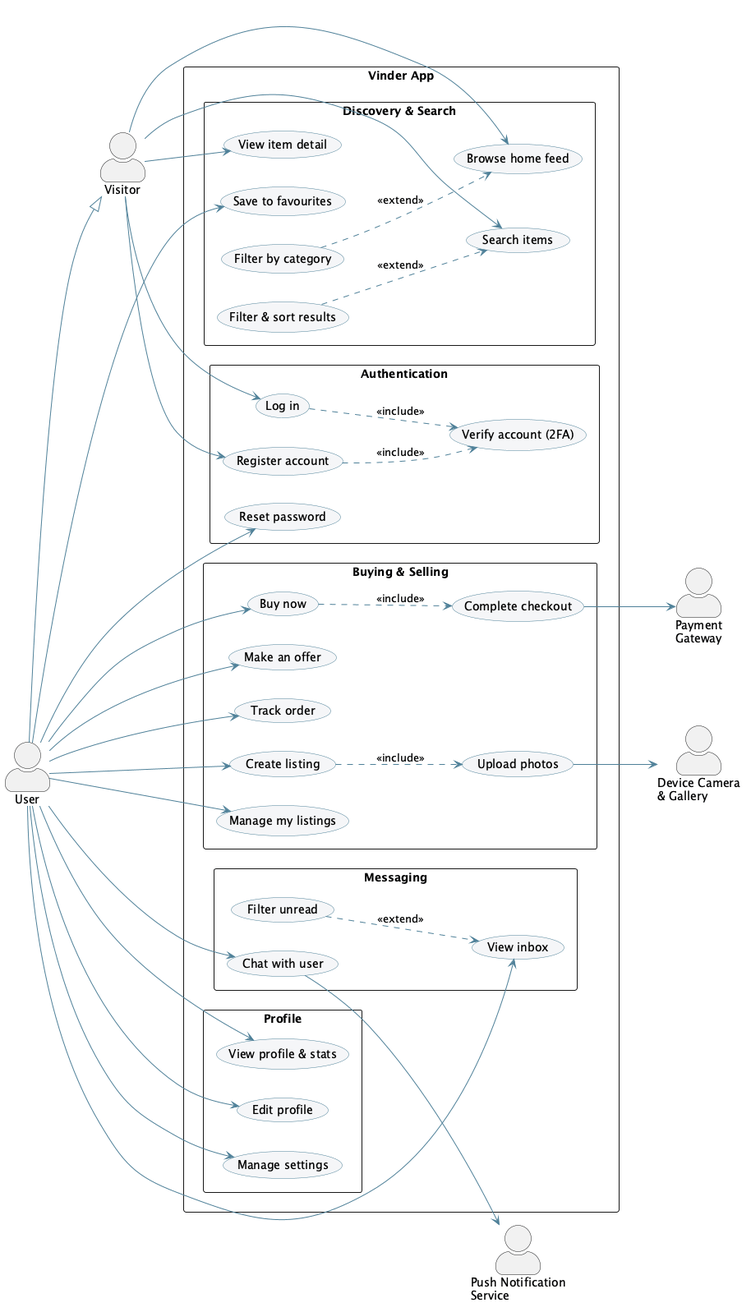
Pharrellstu/Vinder keeps this PlantUML diagram as docs/diagrams/Vinder-UseCase.png. Above is the earlier version. The source it was exported from:
```plantuml
@startuml Vinder-UseCase

left to right direction
skinparam shadowing false
skinparam packageStyle rectangle
skinparam actorStyle awesome
skinparam usecase {
  BackgroundColor #F5F6F8
  BorderColor #4E8098
  ArrowColor #4E8098
}

actor "Visitor" as Visitor
actor "User"    as User
User --|> Visitor

actor "Payment\nGateway"            as Pay
actor "Push Notification\nService"  as Push
actor "Device Camera\n& Gallery"    as Cam

rectangle "Vinder App" {

  package "Authentication" {
    usecase "Register account"      as UC_Reg
    usecase "Log in"                as UC_Login
    usecase "Verify account (2FA)"  as UC_2FA
    usecase "Reset password"        as UC_Reset
  }

  package "Discovery & Search" {
    usecase "Browse home feed"      as UC_Feed
    usecase "Filter by category"    as UC_Cat
    usecase "Search items"          as UC_Search
    usecase "Filter & sort results" as UC_Filter
    usecase "View item detail"      as UC_Item
    usecase "Save to favourites"    as UC_Fav
  }

  package "Buying & Selling" {
    usecase "Buy now"            as UC_Buy
    usecase "Make an offer"      as UC_Offer
    usecase "Complete checkout"  as UC_Checkout
    usecase "Track order"        as UC_Order
    usecase "Create listing"     as UC_Create
    usecase "Upload photos"      as UC_Photo
    usecase "Manage my listings" as UC_Manage
  }

  package "Messaging" {
    usecase "View inbox"     as UC_Inbox
    usecase "Filter unread"  as UC_Unread
    usecase "Chat with user" as UC_Chat
  }

  package "Profile" {
    usecase "View profile & stats" as UC_Profile
    usecase "Edit profile"         as UC_Edit
    usecase "Manage settings"      as UC_Settings
  }
}

Visitor --> UC_Reg
Visitor --> UC_Login
Visitor --> UC_Feed
Visitor --> UC_Search
Visitor --> UC_Item

User --> UC_Reset
User --> UC_Fav
User --> UC_Buy
User --> UC_Offer
User --> UC_Order
User --> UC_Create
User --> UC_Manage
User --> UC_Inbox
User --> UC_Chat
User --> UC_Profile
User --> UC_Edit
User --> UC_Settings

UC_Login  ..> UC_2FA      : <<include>>
UC_Reg    ..> UC_2FA      : <<include>>
UC_Buy    ..> UC_Checkout : <<include>>
UC_Create ..> UC_Photo    : <<include>>
UC_Cat    ..> UC_Feed     : <<extend>>
UC_Filter ..> UC_Search   : <<extend>>
UC_Unread ..> UC_Inbox    : <<extend>>

UC_Checkout --> Pay
UC_Photo    --> Cam
UC_Chat     --> Push

@enduml
```
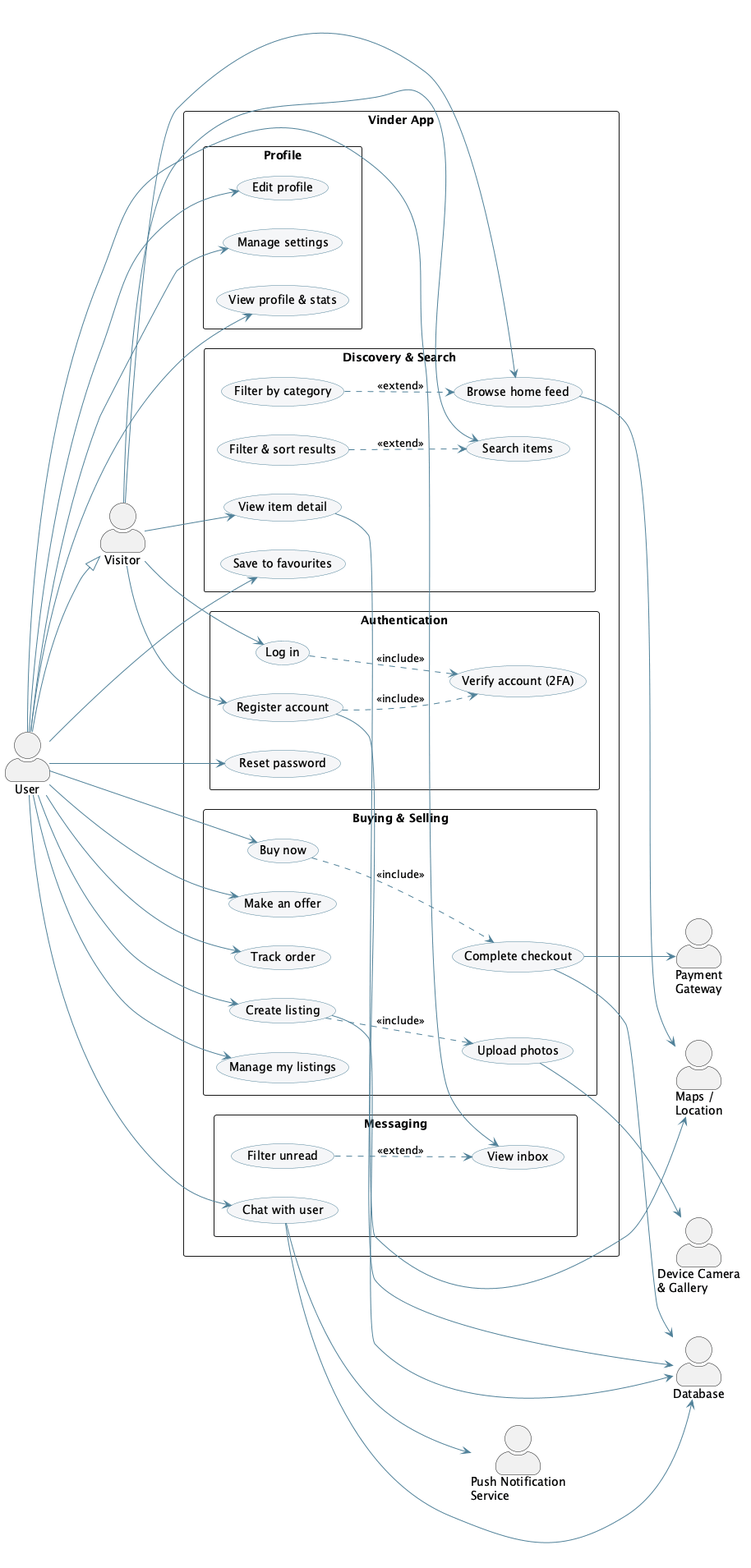
Later version of the same file.

Commit message:
docs(diagrams): add Maps/Location and Database as external actors on use case diagram

Aligns the use case diagram's external actors with the component diagram.

Diff of the diagram source:
```diff
@@ -17,6 +17,8 @@
 actor "Payment\nGateway"            as Pay
 actor "Push Notification\nService"  as Push
 actor "Device Camera\n& Gallery"    as Cam
+actor "Maps /\nLocation"            as Maps
+actor "Database"                    as DB
 
 rectangle "Vinder App" {
 
@@ -89,5 +91,12 @@
 UC_Checkout --> Pay
 UC_Photo    --> Cam
 UC_Chat     --> Push
+UC_Feed     --> Maps
+UC_Item     --> Maps
+
+UC_Reg      --> DB
+UC_Create   --> DB
+UC_Checkout --> DB
+UC_Chat     --> DB
 
 @enduml
```
